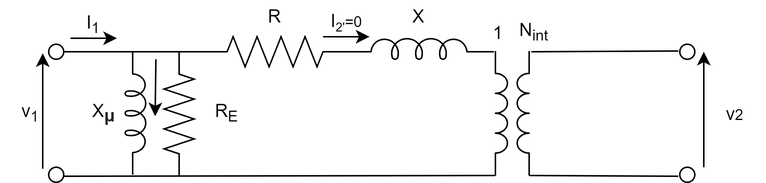
This is equivalent_circuit.png from Boreas3/ELEC0041---homework-3, a draw.io export, as it was before one commit. Source tidied: cells renumbered, new cells last; positions are measured from the earlier drawing's top-left corner, leaving out a move shared by most shapes.
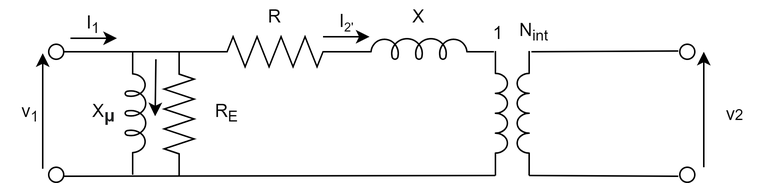
After the change.

Diff of the diagram source:
```diff
@@ -105,7 +105,7 @@
     <mxCell id="28" value="I&lt;sub&gt;1&lt;/sub&gt;" style="text;html=1;strokeColor=none;fillColor=none;align=center;verticalAlign=middle;whiteSpace=wrap;rounded=0;" parent="1" vertex="1">
       <mxGeometry x="42" y="6" width="40" height="20" as="geometry" />
     </mxCell>
-    <mxCell id="29" value="I&lt;span style=&quot;font-size: 10px&quot;&gt;&lt;sub&gt;2'&lt;/sub&gt;=0&lt;/span&gt;" style="text;html=1;strokeColor=none;fillColor=none;align=center;verticalAlign=middle;whiteSpace=wrap;rounded=0;" parent="1" vertex="1">
+    <mxCell id="29" value="I&lt;span style=&quot;font-size: 10px&quot;&gt;&lt;sub&gt;2'&lt;/sub&gt;&lt;/span&gt;" style="text;html=1;strokeColor=none;fillColor=none;align=center;verticalAlign=middle;whiteSpace=wrap;rounded=0;" parent="1" vertex="1">
       <mxGeometry x="211" y="4" width="40" height="20" as="geometry" />
     </mxCell>
     <mxCell id="30" style="endArrow=classic;html=1;" parent="1" edge="1">
```
